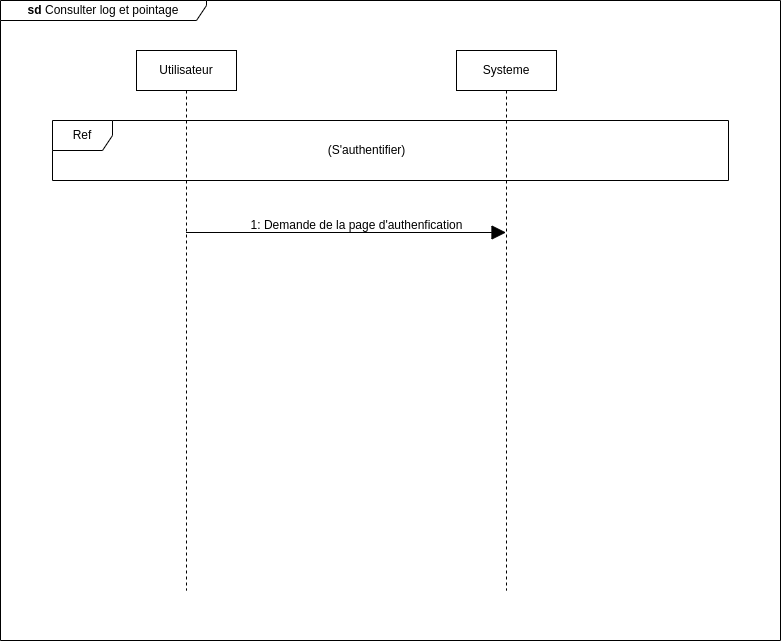
Earlier version of the draw.io export static/Diagramme de sequence consulter log et rapport .drawio.png (Siluearsene/borne_biometrique). Source tidied: cells renumbered, new cells last; positions are measured from the earlier drawing's top-left corner, leaving out a move shared by most shapes.
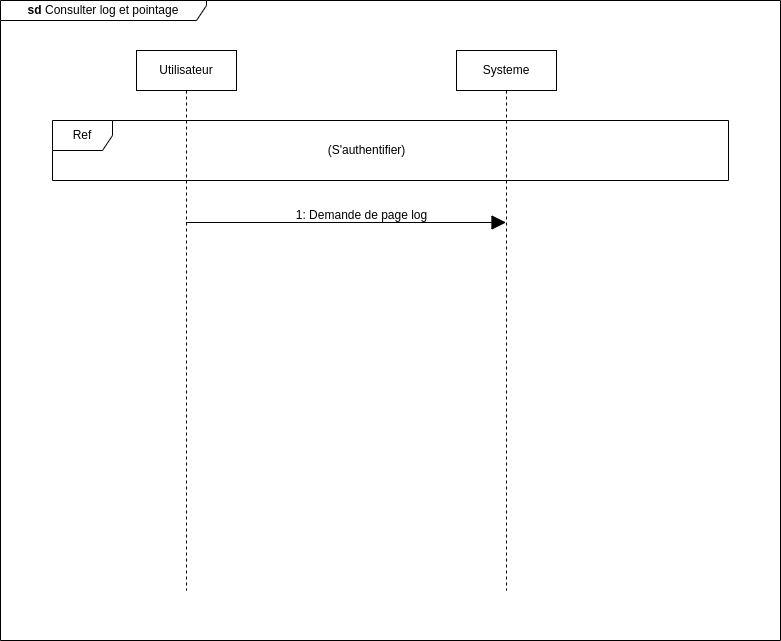
After the change.

Commit message:
Mettre à jour Diagramme de sequence consulter log et rapport .drawio.png

Change to the diagram source:
```diff
@@ -19,12 +19,12 @@
     </mxCell>
     <mxCell id="7" style="endArrow=block;endFill=1;endSize=12;html=1;rounded=0;" parent="1" edge="1">
       <mxGeometry relative="1" as="geometry">
-        <mxPoint x="185.5" y="232" as="sourcePoint" />
-        <mxPoint x="505.5" y="232" as="targetPoint" />
+        <mxPoint x="185.5" y="222" as="sourcePoint" />
+        <mxPoint x="505.5" y="222" as="targetPoint" />
       </mxGeometry>
     </mxCell>
-    <mxCell id="8" value="1: Demande de la page d'authenfication" style="text;html=1;align=center;verticalAlign=middle;strokeColor=none;fillColor=none;rounded=0;" parent="1" vertex="1">
-      <mxGeometry x="236" y="210" width="240" height="30" as="geometry" />
+    <mxCell id="8" value="1: Demande de page log" style="text;html=1;align=center;verticalAlign=middle;strokeColor=none;fillColor=none;rounded=0;" parent="1" vertex="1">
+      <mxGeometry x="286" y="200" width="150" height="30" as="geometry" />
     </mxCell>
   </root>
 </mxGraphModel>
```
